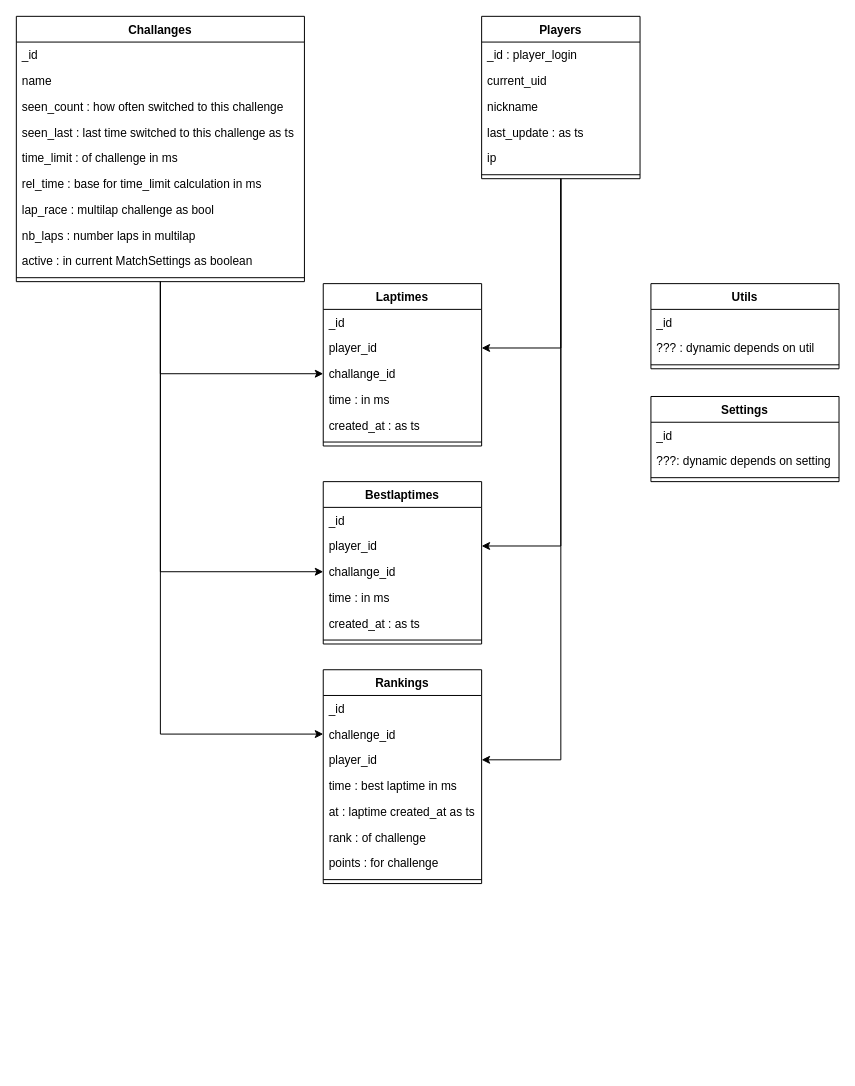
Before: tas/db_layout.drawio in nils-ost/TMNF-TimeAttackServer, a draw.io diagram. Source tidied: cells renumbered, new cells numbered last; positions are measured from the earlier drawing's top-left corner, leaving out a move shared by most shapes. Both pictures are drawn from the tidied source at 99%, with x=0, y=0 at pixel (16, 16).
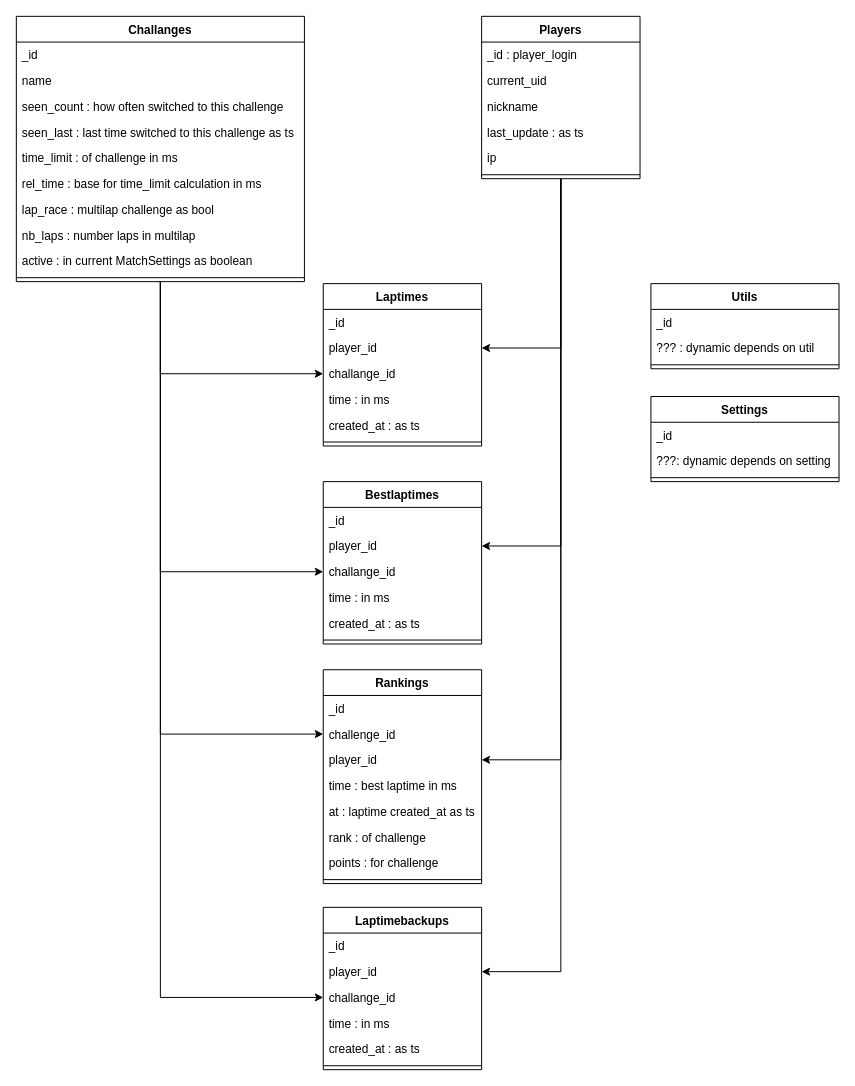
Above is the later version.

The change refers to these unchanged cells:
```xml
<mxCell id="5" value="Players" style="swimlane;fontStyle=1;align=center;verticalAlign=top;horizontal=1;startSize=26;" parent="1" vertex="1">
  <mxGeometry x="470" width="160" height="164" as="geometry" />
</mxCell>
<mxCell id="15" value="Challanges" style="swimlane;fontStyle=1;align=center;verticalAlign=top;horizontal=1;startSize=26;" parent="1" vertex="1">
  <mxGeometry width="291" height="268" as="geometry" />
</mxCell>
```

Change to the diagram source:
```diff
@@
+    <mxCell id="57" style="edgeStyle=orthogonalEdgeStyle;rounded=0;jettySize=auto;html=1;exitX=0.5;exitY=1;exitDx=0;exitDy=0;entryX=1;entryY=0.5;entryDx=0;entryDy=0;" parent="1" edge="1" source="5" target="61">
+      <mxGeometry relative="1" as="geometry" />
+    </mxCell>
@@
+    <mxCell id="58" style="edgeStyle=orthogonalEdgeStyle;rounded=0;jettySize=auto;html=1;exitX=0.5;exitY=1;exitDx=0;exitDy=0;entryX=0;entryY=0.5;entryDx=0;entryDy=0;" parent="1" edge="1" source="15" target="62">
+      <mxGeometry relative="1" as="geometry" />
+    </mxCell>
@@
+    <mxCell id="59" value="Laptimebackups" style="swimlane;fontStyle=1;align=center;verticalAlign=top;horizontal=1;startSize=26;" parent="1" vertex="1">
+      <mxGeometry x="310" y="900" width="160" height="164" as="geometry" />
+    </mxCell>
+    <mxCell id="60" value="_id" style="text;strokeColor=none;fillColor=none;align=left;verticalAlign=top;spacingLeft=4;spacingRight=4;overflow=hidden;" parent="59" vertex="1">
+      <mxGeometry y="26" width="160" height="26" as="geometry" />
+    </mxCell>
+    <mxCell id="61" value="player_id" style="text;strokeColor=none;fillColor=none;align=left;verticalAlign=top;spacingLeft=4;spacingRight=4;overflow=hidden;points=[[0,0.5],[1,0.5]];portConstraint=eastwest;" parent="59" vertex="1">
+      <mxGeometry y="52" width="160" height="26" as="geometry" />
+    </mxCell>
+    <mxCell id="62" value="challange_id" style="text;strokeColor=none;fillColor=none;align=left;verticalAlign=top;spacingLeft=4;spacingRight=4;overflow=hidden;points=[[0,0.5],[1,0.5]];portConstraint=eastwest;" parent="59" vertex="1">
+      <mxGeometry y="78" width="160" height="26" as="geometry" />
+    </mxCell>
+    <mxCell id="63" value="time : in ms" style="text;strokeColor=none;fillColor=none;align=left;verticalAlign=top;spacingLeft=4;spacingRight=4;overflow=hidden;" parent="59" vertex="1">
+      <mxGeometry y="104" width="160" height="26" as="geometry" />
+    </mxCell>
+    <mxCell id="64" value="created_at : as ts" style="text;strokeColor=none;fillColor=none;align=left;verticalAlign=top;spacingLeft=4;spacingRight=4;overflow=hidden;" parent="59" vertex="1">
+      <mxGeometry y="130" width="160" height="26" as="geometry" />
+    </mxCell>
+    <mxCell id="65" style="line;strokeWidth=1;fillColor=none;align=left;verticalAlign=middle;spacingTop=-1;spacingLeft=3;spacingRight=3;labelPosition=right;" parent="59" vertex="1">
+      <mxGeometry y="156" width="160" height="8" as="geometry" />
+    </mxCell>
```
